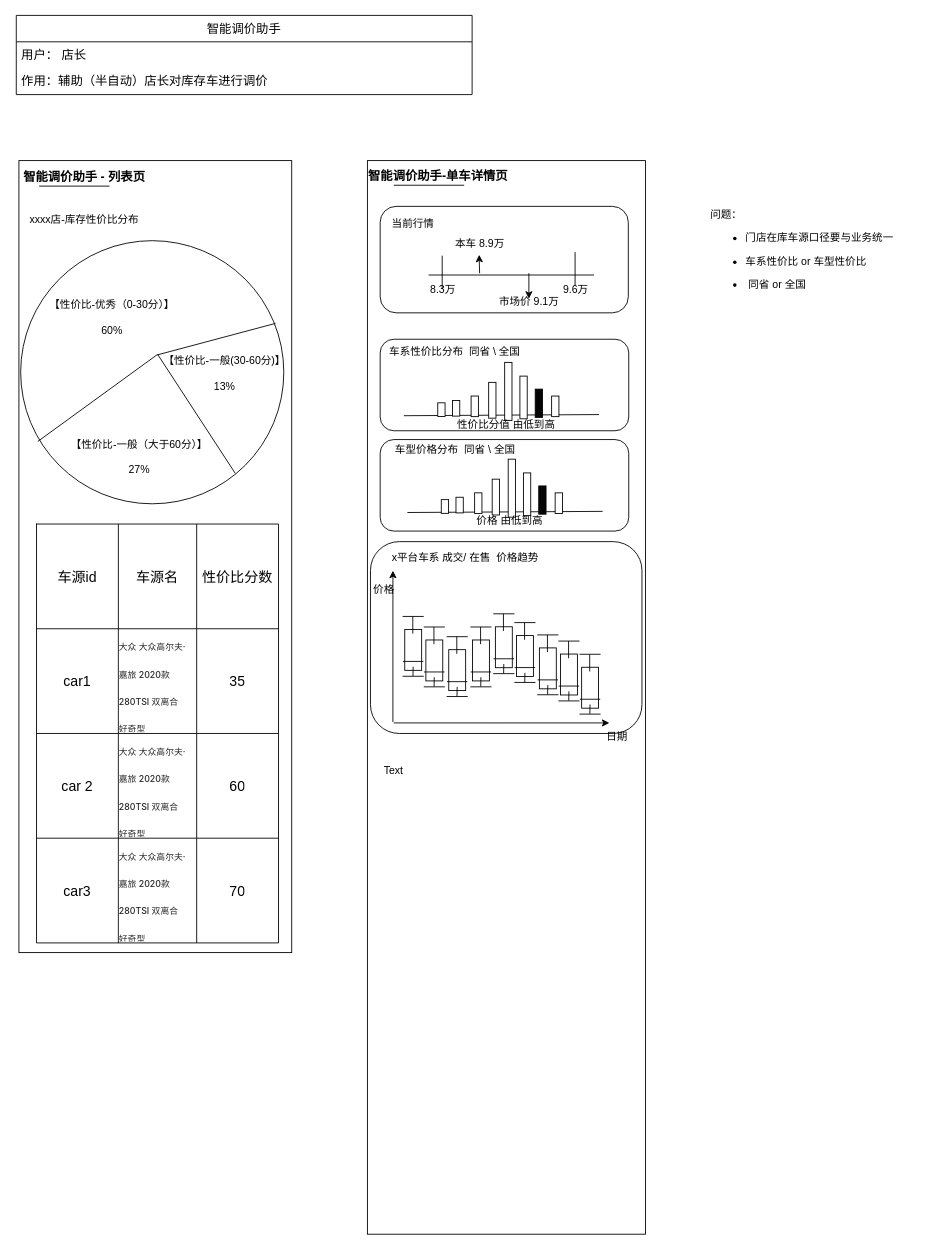
The draw.io diagram page "调价助手" (2 of 2) of smart_modify_tool_design.drawio in mrlonely001/gittest, before the edit. Source tidied: cells renumbered, new cells numbered last; positions are measured from the earlier drawing's top-left corner, leaving out a move shared by most shapes. Both pictures are drawn from the tidied source at 88%, with x=0, y=0 at pixel (15, 15).
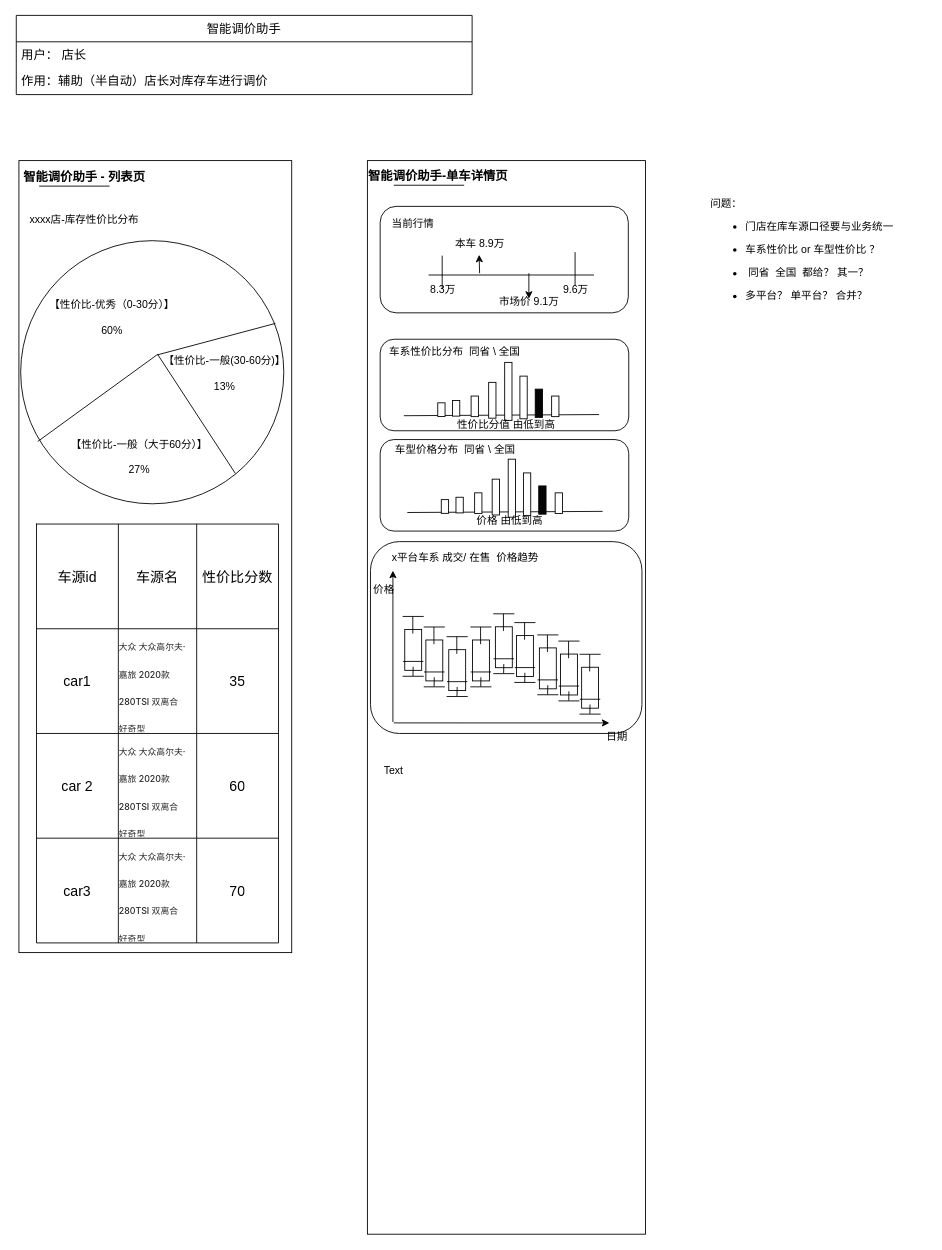
The same diagram, later.

The edit, as a diff of the source:
```diff
@@
-    <mxCell id="53" value="&lt;div&gt;问题：&lt;/div&gt;&lt;ul&gt;&lt;li&gt;门店在库车源口径要与业务统一&lt;/li&gt;&lt;/ul&gt;&lt;ul&gt;&lt;li&gt;车系性价比 or 车型性价比&lt;/li&gt;&lt;/ul&gt;&lt;ul&gt;&lt;li&gt;&amp;nbsp;同省 or 全国&lt;/li&gt;&lt;/ul&gt;" style="text;strokeColor=none;fillColor=none;html=1;whiteSpace=wrap;verticalAlign=middle;overflow=hidden;" parent="1" vertex="1">
+    <mxCell id="53" value="&lt;div&gt;问题：&lt;/div&gt;&lt;ul&gt;&lt;li&gt;门店在库车源口径要与业务统一&lt;/li&gt;&lt;/ul&gt;&lt;ul&gt;&lt;li&gt;车系性价比 or 车型性价比 ？&lt;/li&gt;&lt;/ul&gt;&lt;ul&gt;&lt;li&gt;&amp;nbsp;同省&amp;nbsp; 全国&amp;nbsp; 都给？ 其一？&lt;/li&gt;&lt;/ul&gt;&lt;ul&gt;&lt;li&gt;多平台？ 单平台？ 合并？&lt;/li&gt;&lt;/ul&gt;" style="text;strokeColor=none;fillColor=none;html=1;whiteSpace=wrap;verticalAlign=middle;overflow=hidden;" parent="1" vertex="1">
       <mxGeometry x="788" y="187" width="247" height="169" as="geometry" />
     </mxCell>
```
